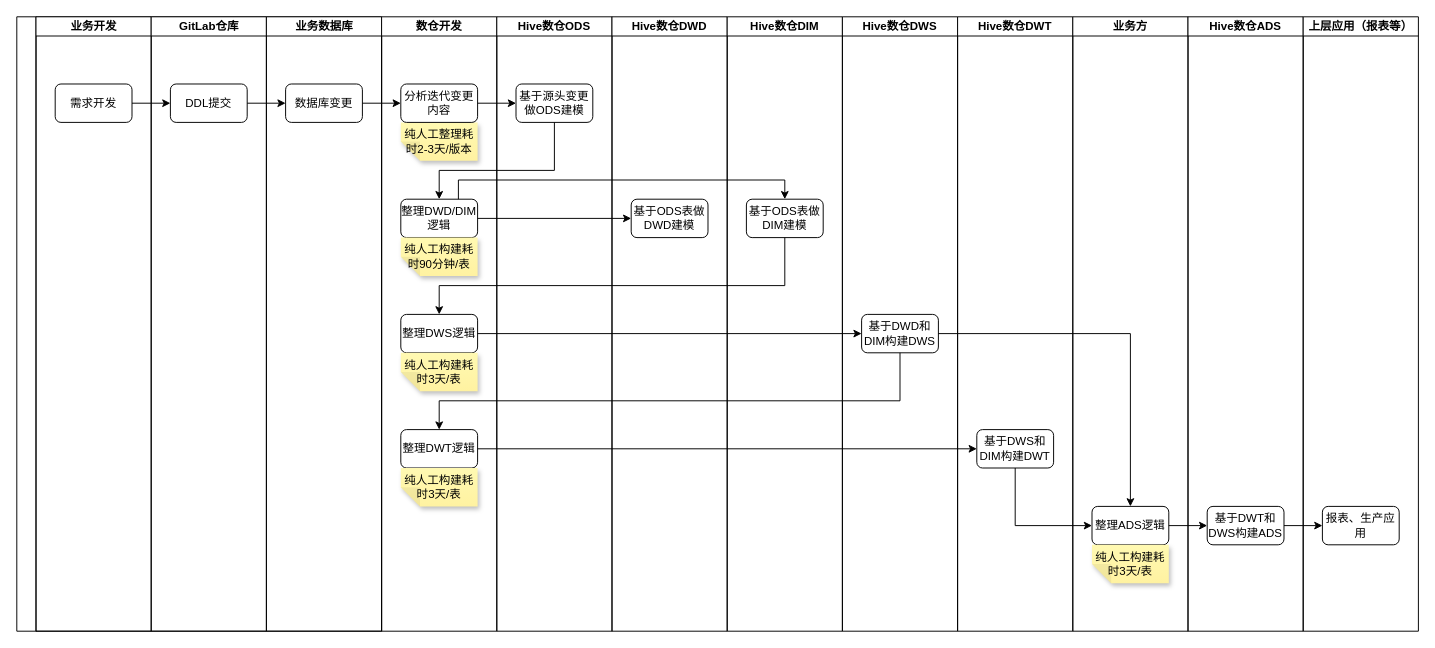
This is page "业务现状分析" (1 of 2) of biz_flow/智能建模业务流程图.drawio from hlld3344/diagrams, a draw.io file, before an edit. Source tidied: cells renumbered, new cells numbered last; positions are measured from the earlier drawing's top-left corner, leaving out a move shared by most shapes. Both pictures are drawn from the tidied source at 96%, with x=0, y=0 at pixel (16, 16).
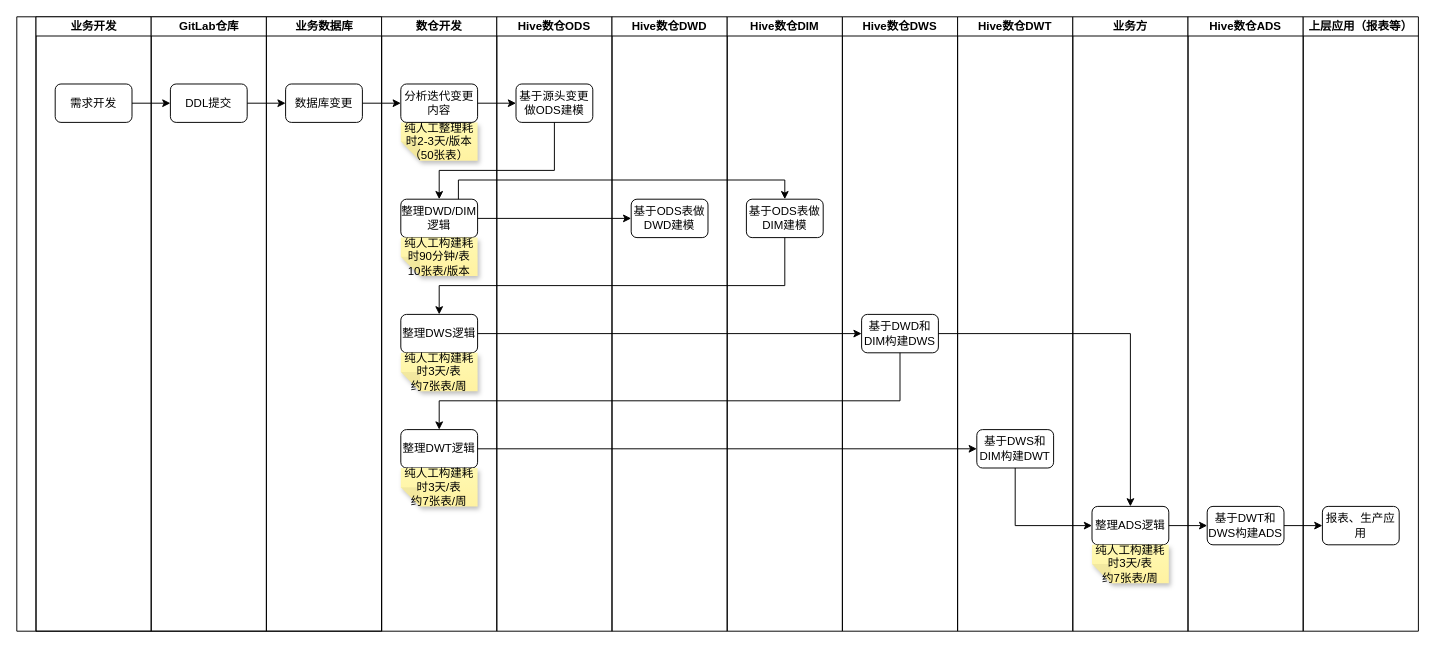
The same diagram, later.

Commit message:
更新智能建模业务流程图.drawio

Unchanged cells that the change refers to:
```xml
<mxCell id="7" value="数仓开发" style="swimlane;startSize=20;whiteSpace=wrap;html=1;" parent="2" vertex="1">
  <mxGeometry x="380" width="120" height="640" as="geometry" />
</mxCell>
<mxCell id="14" value="Hive数仓ODS" style="swimlane;startSize=20;whiteSpace=wrap;html=1;" parent="2" vertex="1">
  <mxGeometry x="500" width="120" height="640" as="geometry" />
</mxCell>
<mxCell id="36" value="业务方" style="swimlane;startSize=20;whiteSpace=wrap;html=1;" parent="2" vertex="1">
  <mxGeometry x="1100" width="120" height="640" as="geometry" />
</mxCell>
```

What changed in the source:
```diff
@@
-    <mxCell id="12" value="纯人工构建耗时3天/表" style="shape=note;whiteSpace=wrap;html=1;backgroundOutline=1;fontColor=#000000;darkOpacity=0.05;fillColor=#FFF9B2;strokeColor=none;fillStyle=solid;direction=west;gradientDirection=north;gradientColor=#FFF2A1;shadow=1;size=20;" parent="7" vertex="1">
+    <mxCell id="12" value="纯人工构建耗时3天/表&lt;div&gt;约7张表/周&lt;/div&gt;" style="shape=note;whiteSpace=wrap;html=1;backgroundOutline=1;fontColor=#000000;darkOpacity=0.05;fillColor=#FFF9B2;strokeColor=none;fillStyle=solid;direction=west;gradientDirection=north;gradientColor=#FFF2A1;shadow=1;size=20;" parent="7" vertex="1">
       <mxGeometry x="20" y="350" width="80" height="40" as="geometry" />
     </mxCell>
-    <mxCell id="13" value="纯人工构建耗时3天/表" style="shape=note;whiteSpace=wrap;html=1;backgroundOutline=1;fontColor=#000000;darkOpacity=0.05;fillColor=#FFF9B2;strokeColor=none;fillStyle=solid;direction=west;gradientDirection=north;gradientColor=#FFF2A1;shadow=1;size=20;" parent="7" vertex="1">
+    <mxCell id="13" value="纯人工构建耗时3天/表&lt;div&gt;约7张表/周&lt;/div&gt;" style="shape=note;whiteSpace=wrap;html=1;backgroundOutline=1;fontColor=#000000;darkOpacity=0.05;fillColor=#FFF9B2;strokeColor=none;fillStyle=solid;direction=west;gradientDirection=north;gradientColor=#FFF2A1;shadow=1;size=20;" parent="7" vertex="1">
       <mxGeometry x="20" y="470" width="80" height="40" as="geometry" />
     </mxCell>
+    <mxCell id="15" value="纯人工整理耗时2-3天/版本（50张表）" style="shape=note;whiteSpace=wrap;html=1;backgroundOutline=1;fontColor=#000000;darkOpacity=0.05;fillColor=#FFF9B2;strokeColor=none;fillStyle=solid;direction=west;gradientDirection=north;gradientColor=#FFF2A1;shadow=1;size=20;" parent="7" vertex="1">
+      <mxGeometry x="20" y="110" width="80" height="40" as="geometry" />
+    </mxCell>
@@
-    <mxCell id="15" value="纯人工整理耗时2-3天/版本" style="shape=note;whiteSpace=wrap;html=1;backgroundOutline=1;fontColor=#000000;darkOpacity=0.05;fillColor=#FFF9B2;strokeColor=none;fillStyle=solid;direction=west;gradientDirection=north;gradientColor=#FFF2A1;shadow=1;size=20;" parent="14" vertex="1">
-      <mxGeometry x="-100" y="110" width="80" height="40" as="geometry" />
-    </mxCell>
@@
-    <mxCell id="17" value="纯人工构建耗时90分钟/表" style="shape=note;whiteSpace=wrap;html=1;backgroundOutline=1;fontColor=#000000;darkOpacity=0.05;fillColor=#FFF9B2;strokeColor=none;fillStyle=solid;direction=west;gradientDirection=north;gradientColor=#FFF2A1;shadow=1;size=20;" parent="14" vertex="1">
+    <mxCell id="17" value="纯人工构建耗时90分钟/表&lt;div&gt;10张表/版本&lt;/div&gt;" style="shape=note;whiteSpace=wrap;html=1;backgroundOutline=1;fontColor=#000000;darkOpacity=0.05;fillColor=#FFF9B2;strokeColor=none;fillStyle=solid;direction=west;gradientDirection=north;gradientColor=#FFF2A1;shadow=1;size=20;" parent="14" vertex="1">
       <mxGeometry x="-100" y="230" width="80" height="40" as="geometry" />
     </mxCell>
@@
-    <mxCell id="38" value="纯人工构建耗时3天/表" style="shape=note;whiteSpace=wrap;html=1;backgroundOutline=1;fontColor=#000000;darkOpacity=0.05;fillColor=#FFF9B2;strokeColor=none;fillStyle=solid;direction=west;gradientDirection=north;gradientColor=#FFF2A1;shadow=1;size=20;" parent="36" vertex="1">
+    <mxCell id="38" value="纯人工构建耗时3天/表&lt;div&gt;约7张表/周&lt;/div&gt;" style="shape=note;whiteSpace=wrap;html=1;backgroundOutline=1;fontColor=#000000;darkOpacity=0.05;fillColor=#FFF9B2;strokeColor=none;fillStyle=solid;direction=west;gradientDirection=north;gradientColor=#FFF2A1;shadow=1;size=20;" parent="36" vertex="1">
       <mxGeometry x="20" y="550" width="80" height="40" as="geometry" />
     </mxCell>
```
